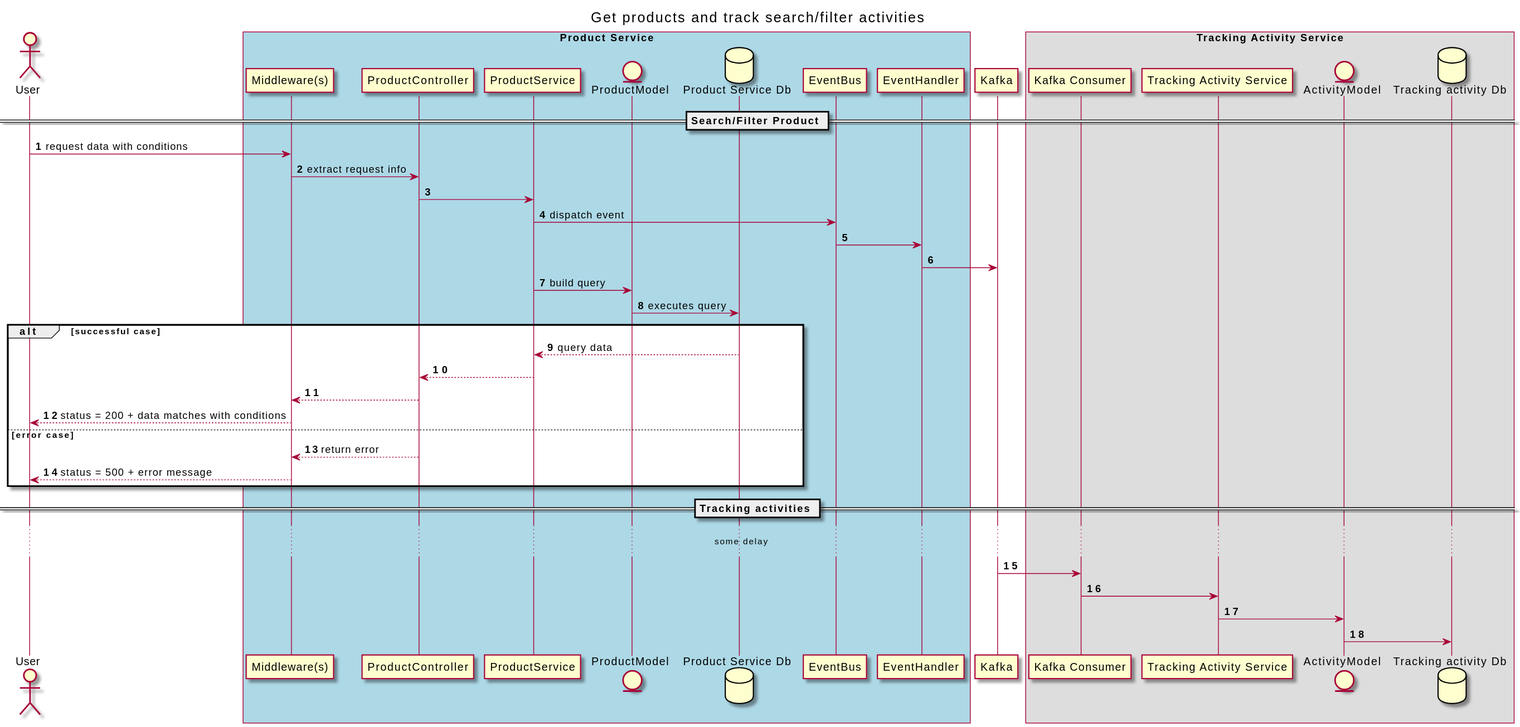
wuangnguyen/nodejs-tiny-ecomerce keeps this PlantUML diagram as images/get-products-sequence-diagram.svg. Above is the earlier version.
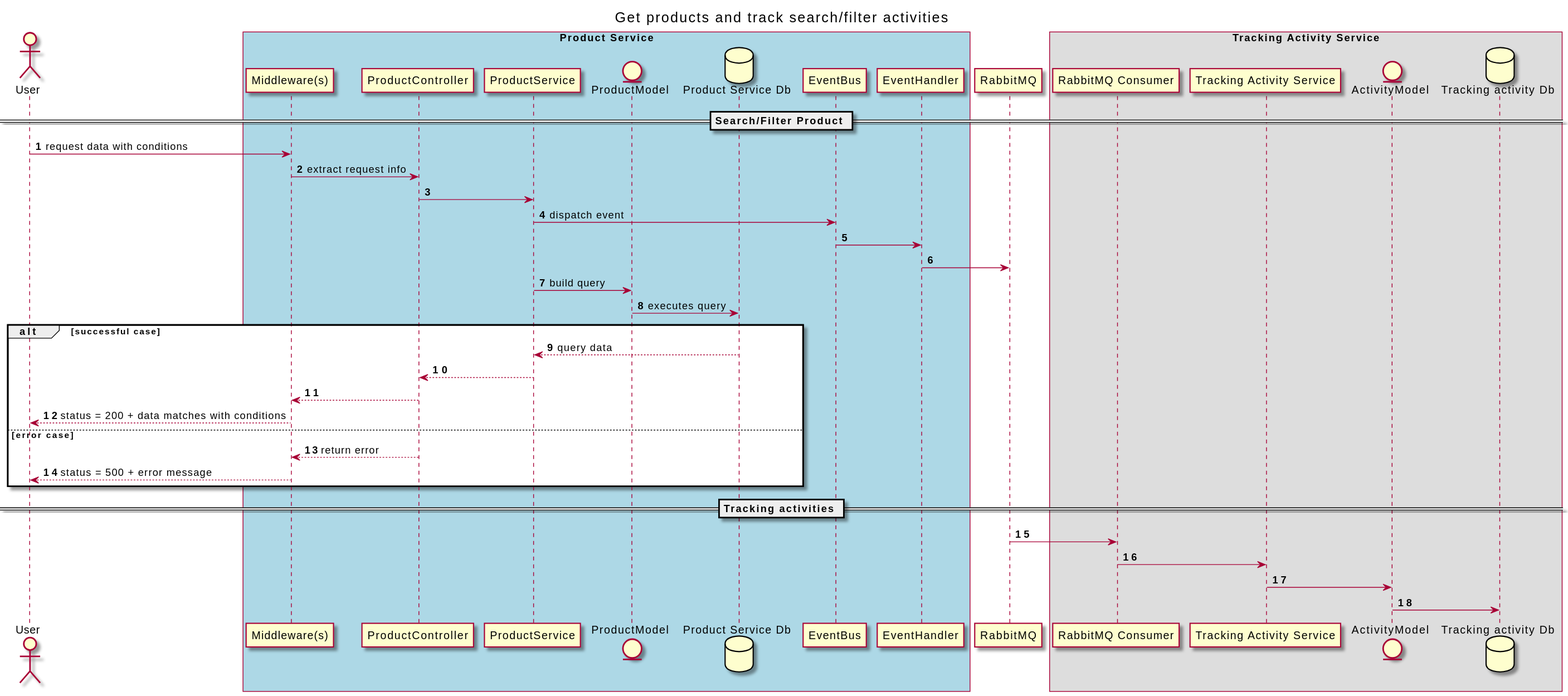
The same diagram one commit later.

The edit, as a diff of the source:
```diff
@@ -20,7 +20,7 @@
 Controller -> Service
 Service -> EventBus : dispatch event
 EventBus -> EventHandler
-EventHandler -> Kafka
+EventHandler -> RabbitMQ
 Service -> Model: build query
 Model -> PDB: executes query
 alt successful case
@@ -34,18 +34,17 @@
 end
 end box
 
-participant "Kafka" as Kafka
+participant "RabbitMQ" as RabbitMQ
 
 box "Tracking Activity Service"
 
-participant "Kafka Consumer" as KafkaConsumer
+participant "RabbitMQ Consumer" as RabbitMQConsumer
 participant "Tracking Activity Service" as TActivityService
 entity "ActivityModel" as AModel
 database "Tracking activity Db" as TDB
 == Tracking activities ==
-... some delay ...
-Kafka -> KafkaConsumer
-KafkaConsumer -> TActivityService
+RabbitMQ -> RabbitMQConsumer
+RabbitMQConsumer -> TActivityService
 TActivityService -> AModel
 AModel -> TDB
 
```
